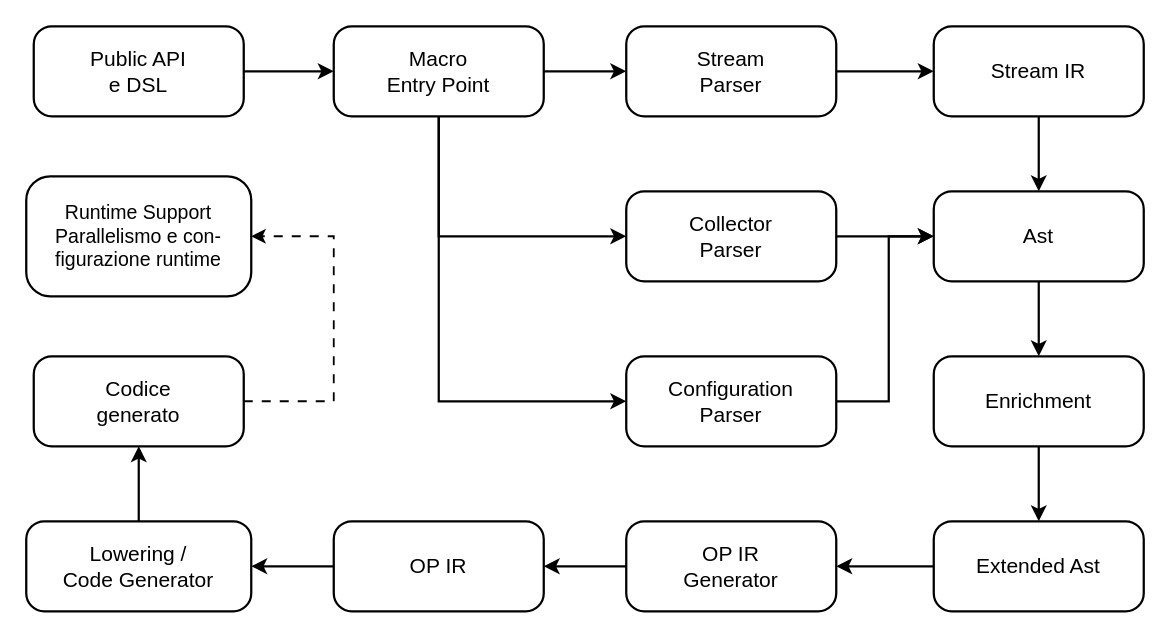
Earlier version of the draw.io diagram relazione/drawio/system_architecture.drawio (leorm2002/stream-fusion). Source tidied: cells renumbered, new cells numbered last; positions are measured from the earlier drawing's top-left corner, leaving out a move shared by most shapes. Both pictures are drawn from the tidied source at 150%, with x=0, y=0 at pixel (26, 26).
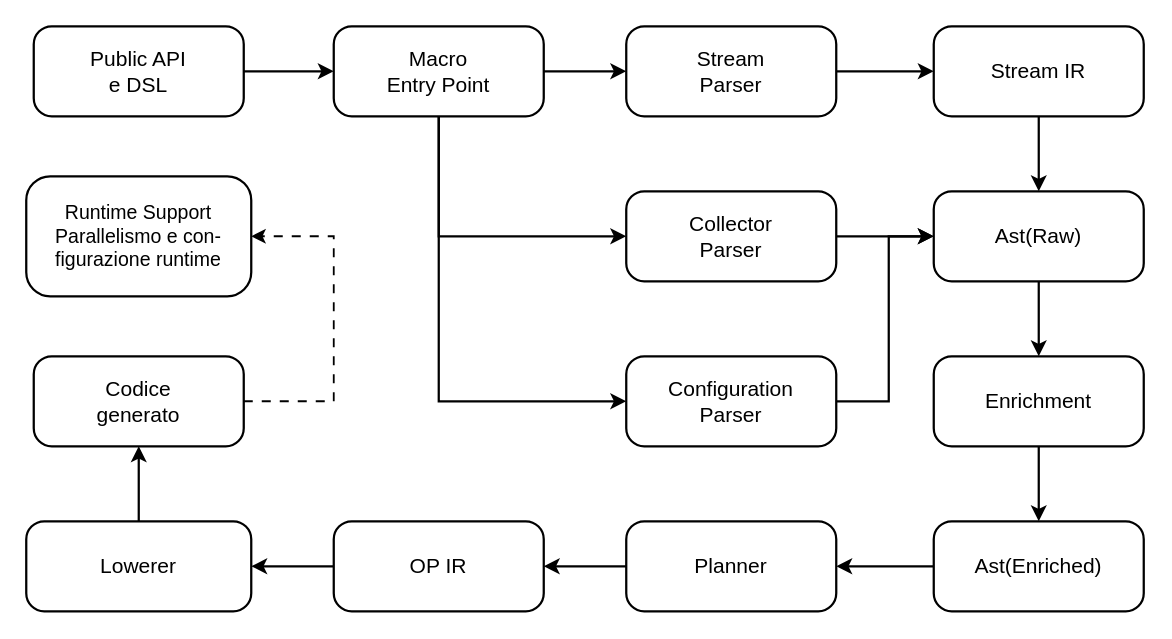
The same diagram, later.

The edit, as a diff of the source:
```diff
@@
-    <mxCell id="13" value="Lowering /&lt;br&gt;Code Generator" style="rounded=1;whiteSpace=wrap;html=1;arcSize=20;strokeColor=#000000;strokeWidth=1.5;fillColor=#ffffff;fontSize=14;fontColor=#000000;" parent="1" vertex="1">
+    <mxCell id="13" value="Lowerer" style="rounded=1;whiteSpace=wrap;html=1;arcSize=20;strokeColor=#000000;strokeWidth=1.5;fillColor=#ffffff;fontSize=14;fontColor=#000000;" parent="1" vertex="1">
       <mxGeometry y="330" width="150" height="60" as="geometry" />
     </mxCell>
@@
-    <mxCell id="15" value="OP IR&lt;br&gt;Generator" style="rounded=1;whiteSpace=wrap;html=1;arcSize=20;strokeColor=#000000;strokeWidth=1.5;fillColor=#ffffff;fontSize=14;fontColor=#000000;" parent="1" vertex="1">
+    <mxCell id="15" value="Planner" style="rounded=1;whiteSpace=wrap;html=1;arcSize=20;strokeColor=#000000;strokeWidth=1.5;fillColor=#ffffff;fontSize=14;fontColor=#000000;" parent="1" vertex="1">
       <mxGeometry x="400" y="330" width="140" height="60" as="geometry" />
     </mxCell>
@@
-    <mxCell id="28" value="Ast" style="rounded=1;whiteSpace=wrap;html=1;arcSize=20;strokeColor=#000000;strokeWidth=1.5;fillColor=#ffffff;fontSize=14;fontColor=#000000;" parent="1" vertex="1">
+    <mxCell id="28" value="Ast(Raw)" style="rounded=1;whiteSpace=wrap;html=1;arcSize=20;strokeColor=#000000;strokeWidth=1.5;fillColor=#ffffff;fontSize=14;fontColor=#000000;" parent="1" vertex="1">
       <mxGeometry x="605" y="110" width="140" height="60" as="geometry" />
     </mxCell>
@@
-    <mxCell id="30" value="Extended Ast" style="rounded=1;whiteSpace=wrap;html=1;arcSize=20;strokeColor=#000000;strokeWidth=1.5;fillColor=#ffffff;fontSize=14;fontColor=#000000;" parent="1" vertex="1">
+    <mxCell id="30" value="Ast(Enriched)" style="rounded=1;whiteSpace=wrap;html=1;arcSize=20;strokeColor=#000000;strokeWidth=1.5;fillColor=#ffffff;fontSize=14;fontColor=#000000;" parent="1" vertex="1">
       <mxGeometry x="605" y="330" width="140" height="60" as="geometry" />
     </mxCell>
```
